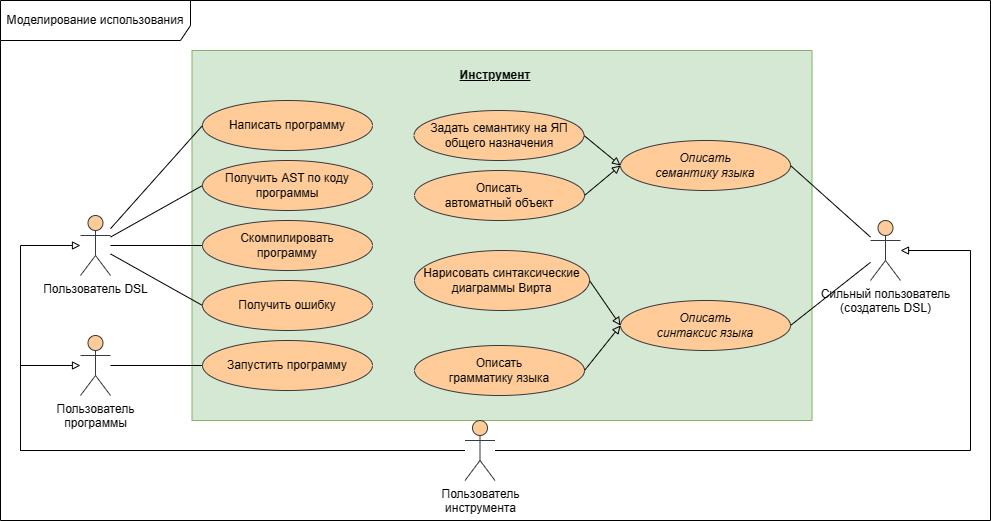
The draw.io diagram _docs/diagrams/functional_requirements.png in aVorotnikov/dsl_generator, before a commit. Source tidied: cells renumbered, new cells last; positions are measured from the earlier drawing's top-left corner, leaving out a move shared by most shapes.
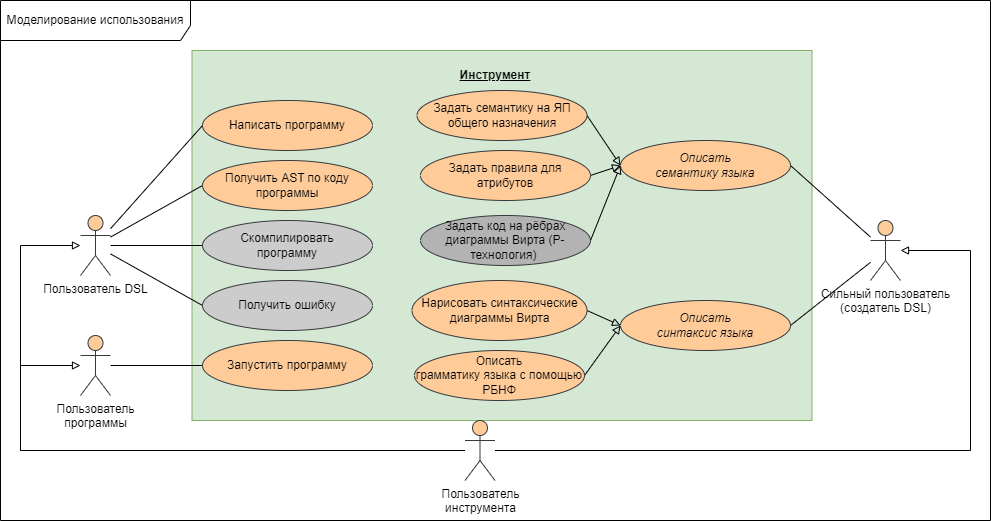
The same file after the commit.

Commit message:
Fix functional requirements

What changed in the source:
```diff
@@ -23,7 +23,7 @@
     <mxCell id="8" value="Запустить программу" style="ellipse;whiteSpace=wrap;html=1;fillColor=#ffcc99;strokeColor=#36393d;" parent="1" vertex="1">
       <mxGeometry x="202" y="340" width="170" height="50" as="geometry" />
     </mxCell>
-    <mxCell id="9" value="Скомпилировать&lt;br&gt;программу" style="ellipse;whiteSpace=wrap;html=1;fillColor=#ffcc99;strokeColor=#36393d;" parent="1" vertex="1">
+    <mxCell id="9" value="Скомпилировать&lt;br&gt;программу" style="ellipse;whiteSpace=wrap;html=1;fillColor=#CCCCCC;strokeColor=#36393d;" parent="1" vertex="1">
       <mxGeometry x="202" y="220" width="170" height="50" as="geometry" />
     </mxCell>
     <mxCell id="10" value="Получить AST по коду программы" style="ellipse;whiteSpace=wrap;html=1;fillColor=#ffcc99;strokeColor=#36393d;" parent="1" vertex="1">
@@ -35,11 +35,11 @@
     <mxCell id="12" value="&lt;i style=&quot;&quot;&gt;Описать&lt;br&gt;синтаксис языка&lt;/i&gt;" style="ellipse;whiteSpace=wrap;html=1;fillColor=#ffcc99;strokeColor=#36393d;" parent="1" vertex="1">
       <mxGeometry x="620" y="300" width="170" height="50" as="geometry" />
     </mxCell>
-    <mxCell id="13" value="Описать&lt;br&gt;автоматный объект" style="ellipse;whiteSpace=wrap;html=1;fillColor=#ffcc99;strokeColor=#36393d;" parent="1" vertex="1">
-      <mxGeometry x="414" y="170" width="170" height="50" as="geometry" />
+    <mxCell id="13" value="Задать правила для атрибутов" style="ellipse;whiteSpace=wrap;html=1;fillColor=#ffcc99;strokeColor=#36393d;" parent="1" vertex="1">
+      <mxGeometry x="420" y="150" width="170" height="50" as="geometry" />
     </mxCell>
-    <mxCell id="14" value="Описать&lt;br&gt;грамматику языка" style="ellipse;whiteSpace=wrap;html=1;fillColor=#ffcc99;strokeColor=#36393d;" parent="1" vertex="1">
-      <mxGeometry x="414" y="345" width="170" height="50" as="geometry" />
+    <mxCell id="14" value="Описать&lt;br&gt;грамматику языка с помощью РБНФ" style="ellipse;whiteSpace=wrap;html=1;fillColor=#ffcc99;strokeColor=#36393d;" parent="1" vertex="1">
+      <mxGeometry x="414" y="350" width="170" height="50" as="geometry" />
     </mxCell>
     <mxCell id="15" style="endArrow=none;html=1;rounded=0;entryX=0;entryY=0.5;entryDx=0;entryDy=0;" parent="1" edge="1" source="3" target="10">
       <mxGeometry relative="1" as="geometry" />
@@ -90,7 +90,7 @@
       </mxGeometry>
     </mxCell>
     <mxCell id="26" value="Нарисовать синтаксические диаграммы Вирта" style="ellipse;whiteSpace=wrap;html=1;fillColor=#ffcc99;strokeColor=#36393d;" parent="1" vertex="1">
-      <mxGeometry x="414" y="250" width="175" height="60" as="geometry" />
+      <mxGeometry x="411.5" y="280" width="175" height="60" as="geometry" />
     </mxCell>
     <mxCell id="27" style="endArrow=block;html=1;rounded=0;entryX=0;entryY=0.5;entryDx=0;entryDy=0;endFill=0;exitX=1;exitY=0.5;exitDx=0;exitDy=0;" parent="1" edge="1" source="26" target="12">
       <mxGeometry relative="1" as="geometry" />
@@ -99,7 +99,7 @@
       <mxGeometry relative="1" as="geometry" />
     </mxCell>
     <mxCell id="29" value="Задать семантику на ЯП общего назначения" style="ellipse;whiteSpace=wrap;html=1;fillColor=#ffcc99;strokeColor=#36393d;" parent="1" vertex="1">
-      <mxGeometry x="413.5" y="110" width="170" height="50" as="geometry" />
+      <mxGeometry x="416.5" y="90" width="170" height="50" as="geometry" />
     </mxCell>
     <mxCell id="30" style="endArrow=block;html=1;rounded=0;endFill=0;exitX=1;exitY=0.5;exitDx=0;exitDy=0;entryX=0;entryY=0.5;entryDx=0;entryDy=0;" parent="1" edge="1" source="29" target="11">
       <mxGeometry relative="1" as="geometry" />
@@ -107,11 +107,17 @@
     <mxCell id="31" style="endArrow=block;html=1;rounded=0;entryX=0;entryY=0.5;entryDx=0;entryDy=0;endFill=0;exitX=1;exitY=0.5;exitDx=0;exitDy=0;" parent="1" edge="1" source="13" target="11">
       <mxGeometry relative="1" as="geometry" />
     </mxCell>
-    <mxCell id="32" value="Получить ошибку" style="ellipse;whiteSpace=wrap;html=1;fillColor=#ffcc99;strokeColor=#36393d;" parent="1" vertex="1">
+    <mxCell id="32" value="Получить ошибку" style="ellipse;whiteSpace=wrap;html=1;fillColor=#CCCCCC;strokeColor=#36393d;" parent="1" vertex="1">
       <mxGeometry x="202" y="280" width="170" height="50" as="geometry" />
     </mxCell>
     <mxCell id="33" style="endArrow=none;html=1;rounded=0;entryX=0;entryY=0.5;entryDx=0;entryDy=0;" parent="1" edge="1" source="3" target="32">
       <mxGeometry relative="1" as="geometry" />
     </mxCell>
+    <mxCell id="34" value="Задать код на рёбрах диаграммы Вирта (Р-технология)&amp;nbsp;" style="ellipse;whiteSpace=wrap;html=1;fillColor=#B3B3B3;strokeColor=#36393d;" parent="1" vertex="1">
+      <mxGeometry x="420" y="215" width="170" height="50" as="geometry" />
+    </mxCell>
+    <mxCell id="35" style="endArrow=block;html=1;rounded=0;endFill=0;exitX=1;exitY=0.5;exitDx=0;exitDy=0;entryX=0;entryY=0.5;entryDx=0;entryDy=0;" parent="1" edge="1" source="34" target="11">
+      <mxGeometry relative="1" as="geometry" />
+    </mxCell>
   </root>
 </mxGraphModel>
```
